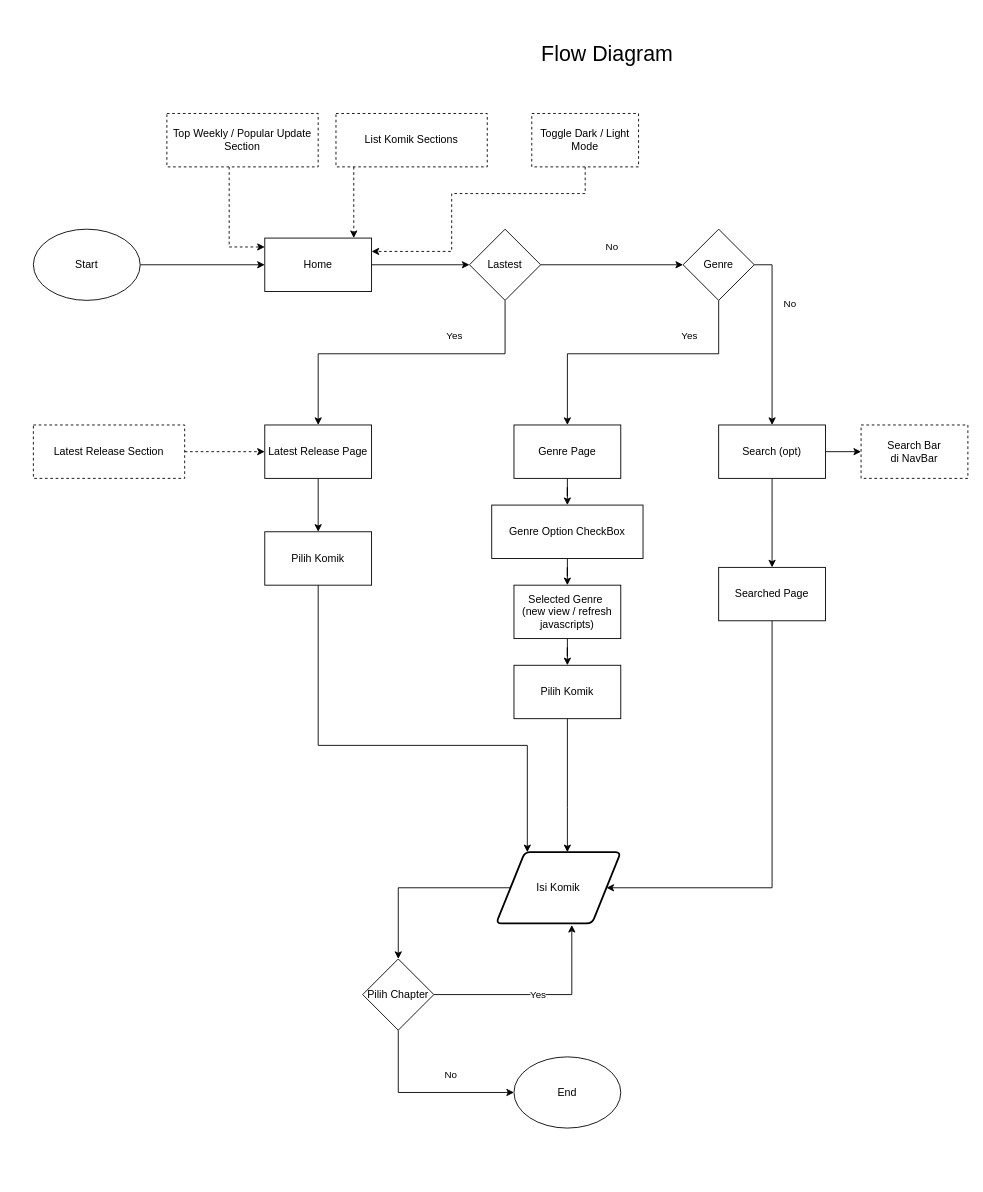
Above: page "Revisi Gancar" (2 of 2) of web.drawio in Aryanda04/File-common (draw.io), before the change. Source tidied: cells renumbered, new cells numbered last; positions are measured from the earlier drawing's top-left corner, leaving out a move shared by most shapes. Both pictures are drawn from the tidied source at 89%, with x=0, y=0 at pixel (33, 15).
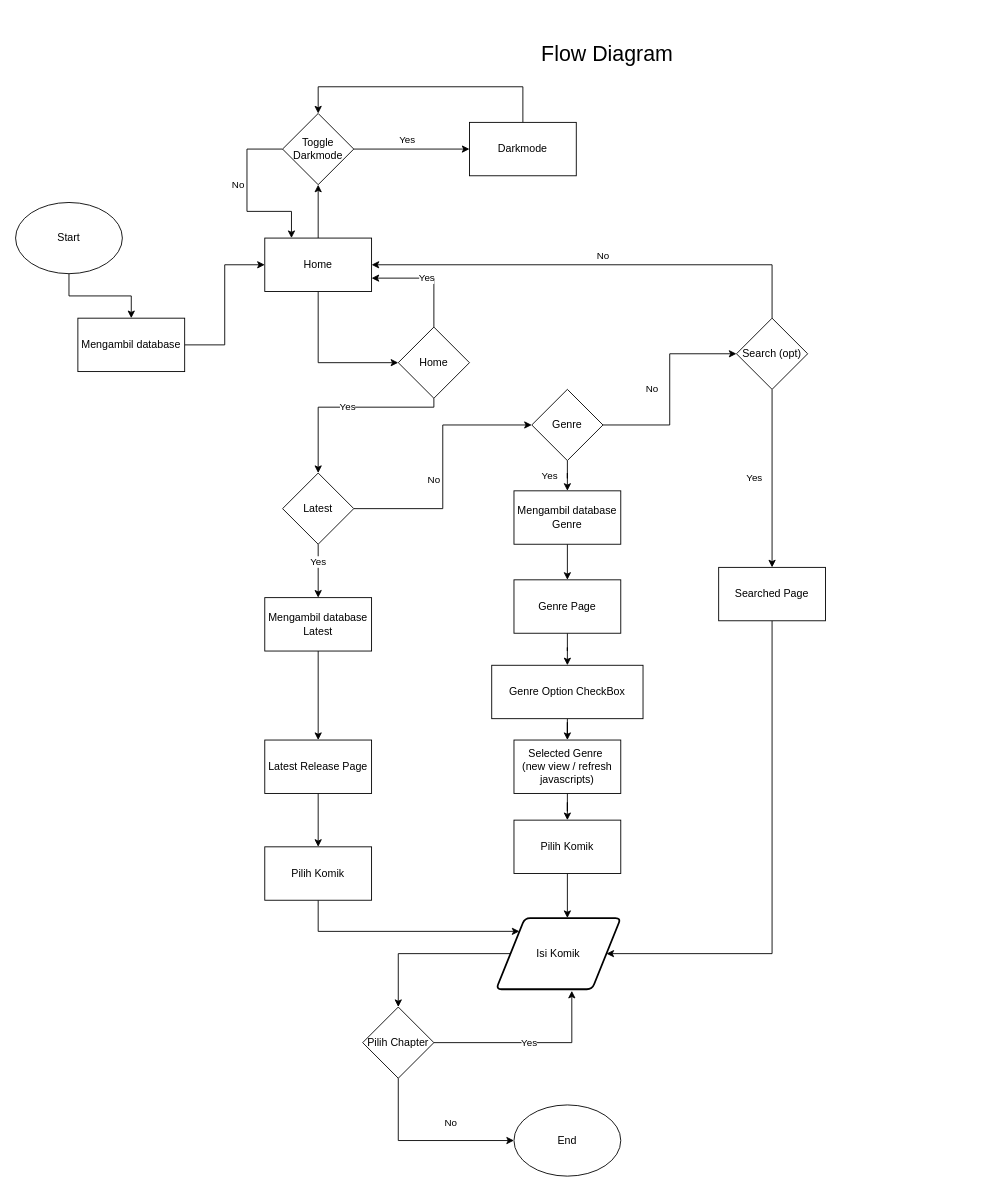
Above is the later version.

Commit message:
Update flow diagram web

The change refers to these unchanged cells:
```xml
<mxCell id="6" value="Home" style="rounded=0;whiteSpace=wrap;html=1;" parent="1" vertex="1">
  <mxGeometry x="260" y="250" width="120" height="60" as="geometry" />
</mxCell>
<mxCell id="32" value="Searched Page" style="rounded=0;whiteSpace=wrap;html=1;" parent="1" vertex="1">
  <mxGeometry x="770" y="620" width="120" height="60" as="geometry" />
</mxCell>
```

The edit, as a diff of the source:
```diff
@@
-    <mxCell id="2" style="edgeStyle=orthogonalEdgeStyle;rounded=0;jettySize=auto;html=1;" parent="1" edge="1" source="3" target="6">
-      <mxGeometry relative="1" as="geometry" />
-    </mxCell>
+    <mxCell id="45" style="edgeStyle=orthogonalEdgeStyle;rounded=0;jettySize=auto;html=1;" parent="1" edge="1" source="3" target="50">
+      <mxGeometry relative="1" as="geometry" />
+    </mxCell>
     <mxCell id="3" value="Start" style="ellipse;whiteSpace=wrap;html=1;" parent="1" vertex="1">
-      <mxGeometry y="240" width="120" height="80" as="geometry" />
+      <mxGeometry x="-20" y="210" width="120" height="80" as="geometry" />
     </mxCell>
     <mxCell id="4" value="End" style="ellipse;whiteSpace=wrap;html=1;" parent="1" vertex="1">
-      <mxGeometry x="540" y="1170" width="120" height="80" as="geometry" />
+      <mxGeometry x="540" y="1224" width="120" height="80" as="geometry" />
     </mxCell>
-    <mxCell id="5" style="edgeStyle=orthogonalEdgeStyle;rounded=0;jettySize=auto;html=1;" parent="1" edge="1" source="6" target="9">
-      <mxGeometry relative="1" as="geometry" />
-    </mxCell>
+    <mxCell id="46" style="edgeStyle=orthogonalEdgeStyle;rounded=0;jettySize=auto;html=1;" parent="1" edge="1" source="6" target="57">
+      <mxGeometry relative="1" as="geometry">
+        <Array as="points">
+          <mxPoint x="320" y="390" />
+        </Array>
+      </mxGeometry>
+    </mxCell>
+    <mxCell id="47" style="edgeStyle=orthogonalEdgeStyle;rounded=0;jettySize=auto;html=1;entryX=0.5;entryY=1;entryDx=0;entryDy=0;" parent="1" edge="1" source="6" target="60">
+      <mxGeometry relative="1" as="geometry" />
+    </mxCell>
@@
     <mxCell id="7" value="No" style="edgeStyle=orthogonalEdgeStyle;rounded=0;jettySize=auto;html=1;entryX=0;entryY=0.5;entryDx=0;entryDy=0;" parent="1" edge="1" source="9" target="35">
-      <mxGeometry y="20" relative="1" as="geometry" />
+      <mxGeometry x="-0.1" y="10" relative="1" as="geometry" />
     </mxCell>
-    <mxCell id="8" value="Yes" style="edgeStyle=orthogonalEdgeStyle;rounded=0;jettySize=auto;html=1;entryX=0.5;entryY=0;entryDx=0;entryDy=0;" parent="1" edge="1" source="9" target="18">
-      <mxGeometry x="-0.33" y="-20" relative="1" as="geometry">
-        <Array as="points">
-          <mxPoint x="530" y="380" />
-          <mxPoint x="320" y="380" />
-        </Array>
+    <mxCell id="8" value="Yes" style="edgeStyle=orthogonalEdgeStyle;rounded=0;jettySize=auto;html=1;entryX=0.5;entryY=0;entryDx=0;entryDy=0;" parent="1" edge="1" source="9" target="52">
+      <mxGeometry y="-10" relative="1" as="geometry">
+        <mxPoint x="10" y="-10" as="offset" />
       </mxGeometry>
     </mxCell>
-    <mxCell id="9" value="Lastest" style="rhombus;whiteSpace=wrap;html=1;" parent="1" vertex="1">
-      <mxGeometry x="490" y="240" width="80" height="80" as="geometry" />
+    <mxCell id="9" value="Latest" style="rhombus;whiteSpace=wrap;html=1;" parent="1" vertex="1">
+      <mxGeometry x="280" y="514" width="80" height="80" as="geometry" />
     </mxCell>
-    <mxCell id="10" style="edgeStyle=orthogonalEdgeStyle;rounded=0;jettySize=auto;html=1;" parent="1" edge="1" source="12" target="29">
-      <mxGeometry relative="1" as="geometry" />
-    </mxCell>
-    <mxCell id="11" style="edgeStyle=orthogonalEdgeStyle;rounded=0;jettySize=auto;html=1;" parent="1" edge="1" source="12" target="32">
-      <mxGeometry relative="1" as="geometry">
-        <Array as="points">
-          <mxPoint x="830" y="560" />
-          <mxPoint x="830" y="560" />
-        </Array>
-      </mxGeometry>
+    <mxCell id="11" value="Yes" style="edgeStyle=orthogonalEdgeStyle;rounded=0;jettySize=auto;html=1;exitX=0.5;exitY=1;exitDx=0;exitDy=0;" parent="1" edge="1" source="12" target="32">
+      <mxGeometry y="-20" relative="1" as="geometry" />
     </mxCell>
-    <mxCell id="12" value="Search (opt)" style="rounded=0;whiteSpace=wrap;html=1;" parent="1" vertex="1">
-      <mxGeometry x="770" y="460" width="120" height="60" as="geometry" />
-    </mxCell>
-    <mxCell id="13" style="edgeStyle=orthogonalEdgeStyle;rounded=0;jettySize=auto;html=1;dashed=1;" parent="1" edge="1" source="14" target="6">
-      <mxGeometry relative="1" as="geometry">
-        <Array as="points">
-          <mxPoint x="220" y="260" />
-        </Array>
-      </mxGeometry>
-    </mxCell>
-    <mxCell id="14" value="Top Weekly / Popular Update&lt;br&gt;Section" style="rounded=0;whiteSpace=wrap;html=1;dashed=1;" parent="1" vertex="1">
-      <mxGeometry x="150" y="110" width="170" height="60" as="geometry" />
-    </mxCell>
-    <mxCell id="15" style="edgeStyle=orthogonalEdgeStyle;rounded=0;jettySize=auto;html=1;dashed=1;" parent="1" edge="1" source="16" target="6">
-      <mxGeometry relative="1" as="geometry">
-        <Array as="points">
-          <mxPoint x="360" y="220" />
-          <mxPoint x="360" y="220" />
-        </Array>
-      </mxGeometry>
-    </mxCell>
-    <mxCell id="16" value="List Komik Sections" style="rounded=0;whiteSpace=wrap;html=1;dashed=1;" parent="1" vertex="1">
-      <mxGeometry x="340" y="110" width="170" height="60" as="geometry" />
-    </mxCell>
@@
     <mxCell id="18" value="Latest Release Page" style="rounded=0;whiteSpace=wrap;html=1;" parent="1" vertex="1">
-      <mxGeometry x="260" y="460" width="120" height="60" as="geometry" />
+      <mxGeometry x="260" y="814" width="120" height="60" as="geometry" />
     </mxCell>
-    <mxCell id="19" style="edgeStyle=orthogonalEdgeStyle;rounded=0;jettySize=auto;html=1;dashed=1;" parent="1" edge="1" source="20" target="18">
-      <mxGeometry relative="1" as="geometry" />
-    </mxCell>
-    <mxCell id="20" value="Latest Release Section" style="rounded=0;whiteSpace=wrap;html=1;dashed=1;" parent="1" vertex="1">
-      <mxGeometry y="460" width="170" height="60" as="geometry" />
-    </mxCell>
-    <mxCell id="21" style="edgeStyle=orthogonalEdgeStyle;rounded=0;jettySize=auto;html=1;" parent="1" edge="1" source="22" target="24">
+    <mxCell id="21" style="edgeStyle=orthogonalEdgeStyle;rounded=0;jettySize=auto;html=1;entryX=0.5;entryY=0;entryDx=0;entryDy=0;" parent="1" edge="1" source="22" target="24">
       <mxGeometry relative="1" as="geometry" />
     </mxCell>
     <mxCell id="22" value="Genre Page" style="rounded=0;whiteSpace=wrap;html=1;" parent="1" vertex="1">
-      <mxGeometry x="540" y="460" width="120" height="60" as="geometry" />
+      <mxGeometry x="540" y="634" width="120" height="60" as="geometry" />
     </mxCell>
@@
     <mxCell id="24" value="Genre Option CheckBox" style="rounded=0;whiteSpace=wrap;html=1;" parent="1" vertex="1">
-      <mxGeometry x="515" y="550" width="170" height="60" as="geometry" />
+      <mxGeometry x="515" y="730" width="170" height="60" as="geometry" />
     </mxCell>
@@
     <mxCell id="26" value="Selected Genre&amp;nbsp;&lt;br&gt;(new view / refresh javascripts)" style="rounded=0;whiteSpace=wrap;html=1;" parent="1" vertex="1">
-      <mxGeometry x="540" y="640" width="120" height="60" as="geometry" />
+      <mxGeometry x="540" y="814" width="120" height="60" as="geometry" />
     </mxCell>
-    <mxCell id="27" style="edgeStyle=orthogonalEdgeStyle;rounded=0;jettySize=auto;html=1;entryX=1;entryY=0.25;entryDx=0;entryDy=0;dashed=1;" parent="1" edge="1" source="28" target="6">
+    <mxCell id="27" style="edgeStyle=orthogonalEdgeStyle;rounded=0;jettySize=auto;html=1;entryX=0.5;entryY=0;entryDx=0;entryDy=0;" parent="1" edge="1" source="28" target="60">
       <mxGeometry relative="1" as="geometry">
         <Array as="points">
-          <mxPoint x="620" y="200" />
-          <mxPoint x="470" y="200" />
-          <mxPoint x="470" y="265" />
+          <mxPoint x="550" y="80" />
+          <mxPoint x="320" y="80" />
         </Array>
       </mxGeometry>
     </mxCell>
-    <mxCell id="28" value="Toggle Dark / Light Mode" style="rounded=0;whiteSpace=wrap;html=1;dashed=1;" parent="1" vertex="1">
-      <mxGeometry x="560" y="110" width="120" height="60" as="geometry" />
+    <mxCell id="28" value="Darkmode" style="rounded=0;whiteSpace=wrap;html=1;" parent="1" vertex="1">
+      <mxGeometry x="490" y="120" width="120" height="60" as="geometry" />
     </mxCell>
-    <mxCell id="29" value="Search Bar &lt;br&gt;di NavBar" style="rounded=0;whiteSpace=wrap;html=1;dashed=1;" parent="1" vertex="1">
-      <mxGeometry x="930" y="460" width="120" height="60" as="geometry" />
-    </mxCell>
@@
     <mxCell id="31" style="edgeStyle=orthogonalEdgeStyle;rounded=0;jettySize=auto;html=1;entryX=1;entryY=0.5;entryDx=0;entryDy=0;" parent="1" edge="1" source="32" target="39">
       <mxGeometry relative="1" as="geometry">
         <Array as="points">
-          <mxPoint x="830" y="980" />
+          <mxPoint x="830" y="1054" />
         </Array>
       </mxGeometry>
     </mxCell>
@@
-    <mxCell id="33" value="Yes" style="edgeStyle=orthogonalEdgeStyle;rounded=0;jettySize=auto;html=1;entryX=0.5;entryY=0;entryDx=0;entryDy=0;" parent="1" edge="1" source="35" target="22">
-      <mxGeometry x="-0.4" y="-20" relative="1" as="geometry">
-        <Array as="points">
-          <mxPoint x="770" y="380" />
-          <mxPoint x="600" y="380" />
-        </Array>
-      </mxGeometry>
+    <mxCell id="33" value="Yes" style="edgeStyle=orthogonalEdgeStyle;rounded=0;jettySize=auto;html=1;entryX=0.5;entryY=0;entryDx=0;entryDy=0;" parent="1" edge="1" source="35" target="54">
+      <mxGeometry y="20" relative="1" as="geometry" />
     </mxCell>
-    <mxCell id="34" value="No" style="edgeStyle=orthogonalEdgeStyle;rounded=0;jettySize=auto;html=1;entryX=0.5;entryY=0;entryDx=0;entryDy=0;" parent="1" edge="1" source="35" target="12">
-      <mxGeometry x="-0.36" y="20" relative="1" as="geometry">
-        <Array as="points">
-          <mxPoint x="830" y="280" />
-        </Array>
-      </mxGeometry>
+    <mxCell id="34" value="No" style="edgeStyle=orthogonalEdgeStyle;rounded=0;jettySize=auto;html=1;entryX=0;entryY=0.5;entryDx=0;entryDy=0;" parent="1" edge="1" source="35" target="12">
+      <mxGeometry y="20" relative="1" as="geometry" />
     </mxCell>
     <mxCell id="35" value="&lt;span&gt;Genre&lt;/span&gt;" style="rhombus;whiteSpace=wrap;html=1;" parent="1" vertex="1">
-      <mxGeometry x="730" y="240" width="80" height="80" as="geometry" />
+      <mxGeometry x="560" y="420" width="80" height="80" as="geometry" />
     </mxCell>
-    <mxCell id="36" style="edgeStyle=orthogonalEdgeStyle;rounded=0;jettySize=auto;html=1;entryX=0.25;entryY=0;entryDx=0;entryDy=0;" parent="1" edge="1" source="37" target="39">
+    <mxCell id="36" style="edgeStyle=orthogonalEdgeStyle;rounded=0;jettySize=auto;html=1;entryX=0;entryY=0;entryDx=0;entryDy=0;" parent="1" edge="1" source="37" target="39">
       <mxGeometry relative="1" as="geometry">
         <Array as="points">
-          <mxPoint x="320" y="820" />
-          <mxPoint x="555" y="820" />
+          <mxPoint x="320" y="1029" />
         </Array>
       </mxGeometry>
     </mxCell>
     <mxCell id="37" value="Pilih Komik" style="rounded=0;whiteSpace=wrap;html=1;" parent="1" vertex="1">
-      <mxGeometry x="260" y="580" width="120" height="60" as="geometry" />
+      <mxGeometry x="260" y="934" width="120" height="60" as="geometry" />
     </mxCell>
@@
     <mxCell id="39" value="Isi Komik" style="shape=parallelogram;html=1;strokeWidth=2;perimeter=parallelogramPerimeter;whiteSpace=wrap;rounded=1;arcSize=12;size=0.23;" parent="1" vertex="1">
-      <mxGeometry x="520" y="940" width="140" height="80" as="geometry" />
+      <mxGeometry x="520" y="1014" width="140" height="80" as="geometry" />
     </mxCell>
     <mxCell id="40" value="No" style="edgeStyle=orthogonalEdgeStyle;rounded=0;jettySize=auto;html=1;entryX=0;entryY=0.5;entryDx=0;entryDy=0;" parent="1" edge="1" source="42" target="4">
       <mxGeometry x="0.29" y="20" relative="1" as="geometry">
         <Array as="points">
-          <mxPoint x="410" y="1210" />
+          <mxPoint x="410" y="1264" />
         </Array>
       </mxGeometry>
     </mxCell>
@@
     <mxCell id="42" value="Pilih Chapter" style="rhombus;whiteSpace=wrap;html=1;" parent="1" vertex="1">
-      <mxGeometry x="370" y="1060" width="80" height="80" as="geometry" />
+      <mxGeometry x="370" y="1114" width="80" height="80" as="geometry" />
     </mxCell>
     <mxCell id="43" style="edgeStyle=orthogonalEdgeStyle;rounded=0;jettySize=auto;html=1;" parent="1" edge="1" source="44" target="39">
       <mxGeometry relative="1" as="geometry">
         <Array as="points">
-          <mxPoint x="600" y="890" />
-          <mxPoint x="600" y="890" />
+          <mxPoint x="600" y="944" />
+          <mxPoint x="600" y="944" />
         </Array>
       </mxGeometry>
     </mxCell>
     <mxCell id="44" value="Pilih Komik" style="rounded=0;whiteSpace=wrap;html=1;" parent="1" vertex="1">
-      <mxGeometry x="540" y="730" width="120" height="60" as="geometry" />
+      <mxGeometry x="540" y="904" width="120" height="60" as="geometry" />
     </mxCell>
+    <mxCell id="48" value="No" style="edgeStyle=orthogonalEdgeStyle;rounded=0;jettySize=auto;html=1;entryX=1;entryY=0.5;entryDx=0;entryDy=0;" parent="1" edge="1" source="12" target="6">
+      <mxGeometry x="-0.02" y="-10" relative="1" as="geometry">
+        <Array as="points">
+          <mxPoint x="830" y="280" />
+        </Array>
+      </mxGeometry>
+    </mxCell>
+    <mxCell id="12" value="&lt;span&gt;Search (opt)&lt;/span&gt;" style="rhombus;whiteSpace=wrap;html=1;" parent="1" vertex="1">
+      <mxGeometry x="790" y="340" width="80" height="80" as="geometry" />
+    </mxCell>
+    <mxCell id="49" style="edgeStyle=orthogonalEdgeStyle;rounded=0;jettySize=auto;html=1;entryX=0;entryY=0.5;entryDx=0;entryDy=0;" parent="1" edge="1" source="50" target="6">
+      <mxGeometry relative="1" as="geometry" />
+    </mxCell>
+    <mxCell id="50" value="Mengambil database" style="rounded=0;whiteSpace=wrap;html=1;" parent="1" vertex="1">
+      <mxGeometry x="50" y="340" width="120" height="60" as="geometry" />
+    </mxCell>
+    <mxCell id="51" style="edgeStyle=orthogonalEdgeStyle;rounded=0;jettySize=auto;html=1;" parent="1" edge="1" source="52" target="18">
+      <mxGeometry relative="1" as="geometry" />
+    </mxCell>
+    <mxCell id="52" value="Mengambil database&lt;br&gt;Latest" style="rounded=0;whiteSpace=wrap;html=1;" parent="1" vertex="1">
+      <mxGeometry x="260" y="654" width="120" height="60" as="geometry" />
+    </mxCell>
+    <mxCell id="53" style="edgeStyle=orthogonalEdgeStyle;rounded=0;jettySize=auto;html=1;entryX=0.5;entryY=0;entryDx=0;entryDy=0;" parent="1" edge="1" source="54" target="22">
+      <mxGeometry relative="1" as="geometry" />
+    </mxCell>
+    <mxCell id="54" value="Mengambil database&lt;br&gt;Genre" style="rounded=0;whiteSpace=wrap;html=1;" parent="1" vertex="1">
+      <mxGeometry x="540" y="534" width="120" height="60" as="geometry" />
+    </mxCell>
+    <mxCell id="55" value="Yes" style="edgeStyle=orthogonalEdgeStyle;rounded=0;jettySize=auto;html=1;entryX=1;entryY=0.75;entryDx=0;entryDy=0;" parent="1" edge="1" source="57" target="6">
+      <mxGeometry relative="1" as="geometry">
+        <Array as="points">
+          <mxPoint x="450" y="295" />
+        </Array>
+      </mxGeometry>
+    </mxCell>
+    <mxCell id="56" value="Yes" style="edgeStyle=orthogonalEdgeStyle;rounded=0;jettySize=auto;html=1;" parent="1" edge="1" source="57" target="9">
+      <mxGeometry relative="1" as="geometry">
+        <Array as="points">
+          <mxPoint x="450" y="440" />
+          <mxPoint x="320" y="440" />
+        </Array>
+      </mxGeometry>
+    </mxCell>
+    <mxCell id="57" value="Home" style="rhombus;whiteSpace=wrap;html=1;" parent="1" vertex="1">
+      <mxGeometry x="410" y="350" width="80" height="80" as="geometry" />
+    </mxCell>
+    <mxCell id="58" value="Yes" style="edgeStyle=orthogonalEdgeStyle;rounded=0;jettySize=auto;html=1;entryX=0;entryY=0.5;entryDx=0;entryDy=0;" parent="1" edge="1" source="60" target="28">
+      <mxGeometry x="-0.08" y="10" relative="1" as="geometry" />
+    </mxCell>
+    <mxCell id="59" value="No" style="edgeStyle=orthogonalEdgeStyle;rounded=0;jettySize=auto;html=1;entryX=0.25;entryY=0;entryDx=0;entryDy=0;" parent="1" edge="1" source="60" target="6">
+      <mxGeometry x="-0.16" y="-10" relative="1" as="geometry">
+        <Array as="points">
+          <mxPoint x="240" y="150" />
+          <mxPoint x="240" y="220" />
+          <mxPoint x="290" y="220" />
+        </Array>
+      </mxGeometry>
+    </mxCell>
+    <mxCell id="60" value="&lt;span&gt;Toggle Darkmode&lt;/span&gt;" style="rhombus;whiteSpace=wrap;html=1;" parent="1" vertex="1">
+      <mxGeometry x="280" y="110" width="80" height="80" as="geometry" />
+    </mxCell>
```
